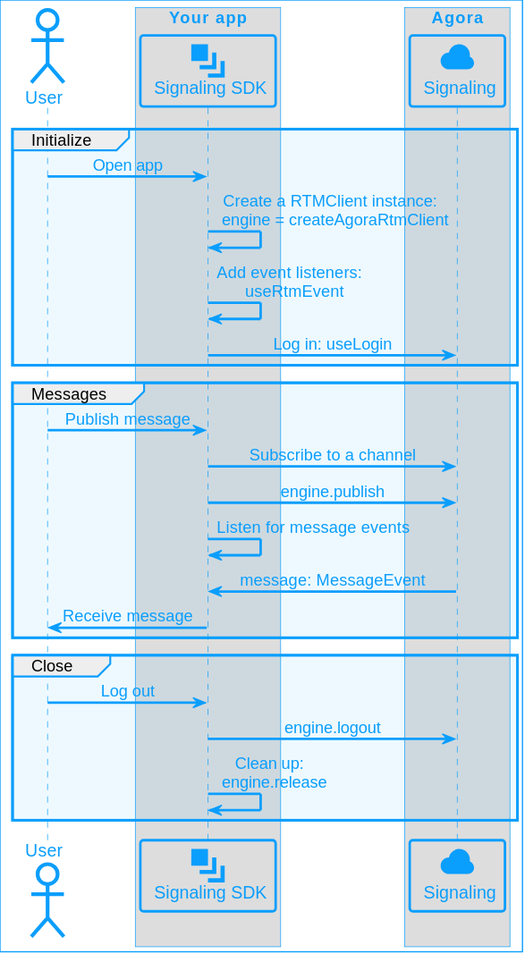
Earlier version of the PlantUML export assets/images/signaling/get-started-workflow-react-native.svg (AgoraIO/Docs-Source).
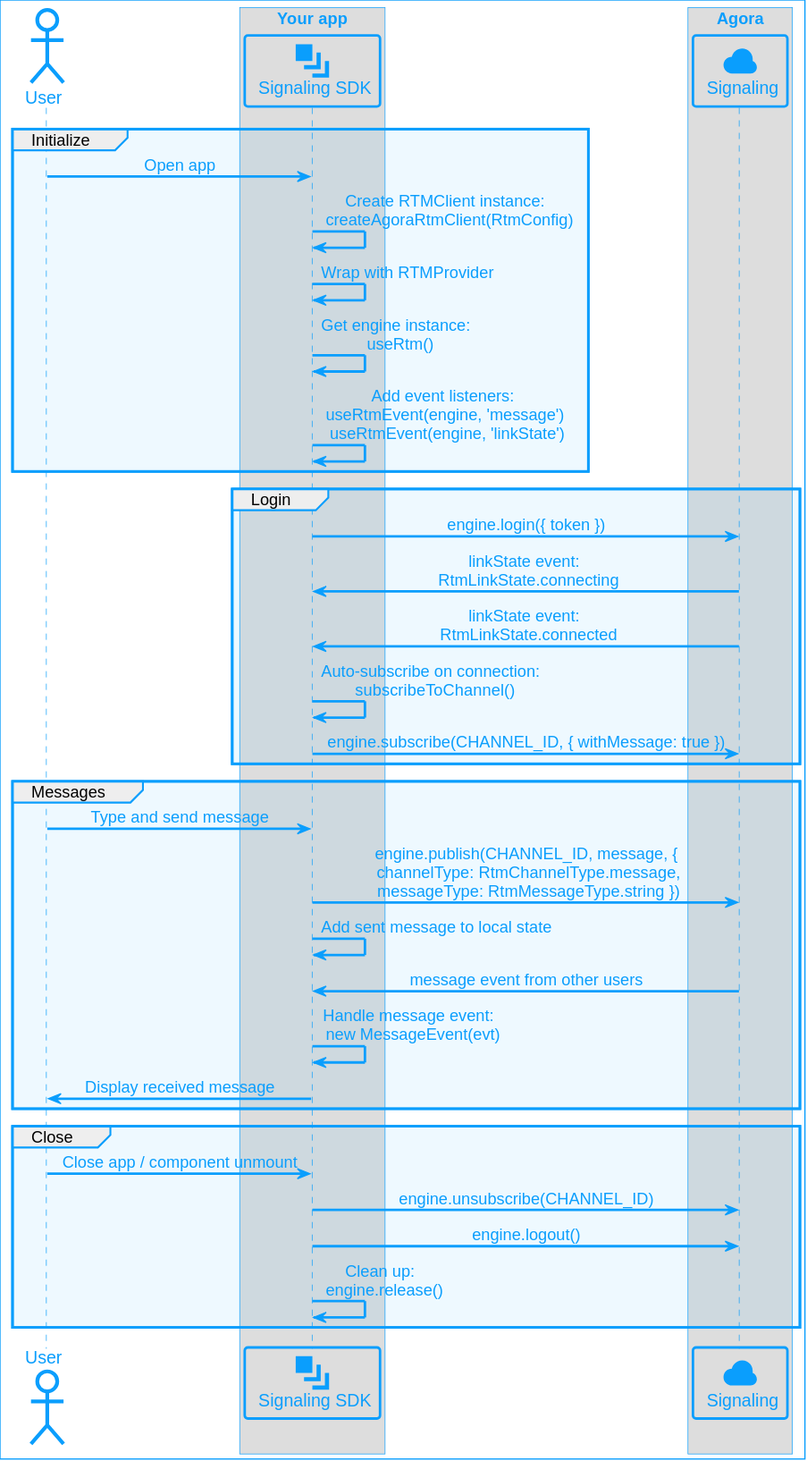
Above is the later version.

Commit message:
Update react-native workflow diagram for rtm

Change to the diagram source:
```diff
@@ -13,23 +13,33 @@
 
 group Initialize
 USR -> APP: Open app
-APP -> APP: Create a RTMClient instance: \n engine = createAgoraRtmClient
-APP -> APP: Add event listeners: \n useRtmEvent
-APP -> API: Log in: useLogin
+APP -> APP: Create RTMClient instance: \n createAgoraRtmClient(RtmConfig)
+APP -> APP: Wrap with RTMProvider
+APP -> APP: Get engine instance: \n useRtm()
+APP -> APP: Add event listeners: \n useRtmEvent(engine, 'message') \n useRtmEvent(engine, 'linkState')
+end
+
+group Login
+APP -> API: engine.login({ token })
+API -> APP: linkState event: \n RtmLinkState.connecting
+API -> APP: linkState event: \n RtmLinkState.connected
+APP -> APP: Auto-subscribe on connection: \n subscribeToChannel()
+APP -> API: engine.subscribe(CHANNEL_ID, { withMessage: true })
 end
 
 group Messages
-USR -> APP: Publish message
-APP -> API: Subscribe to a channel
-APP -> API: engine.publish
-APP -> APP: Listen for message events
-API -> APP: message: MessageEvent
-APP -> USR: Receive message
+USR -> APP: Type and send message
+APP -> API: engine.publish(CHANNEL_ID, message, {\n channelType: RtmChannelType.message,\n messageType: RtmMessageType.string })
+APP -> APP: Add sent message to local state
+API -> APP: message event from other users
+APP -> APP: Handle message event: \n new MessageEvent(evt)
+APP -> USR: Display received message
 end
 
 group Close
-USR -> APP: Log out
-APP -> API: engine.logout
-APP -> APP: Clean up: \n engine.release
+USR -> APP: Close app / component unmount
+APP -> API: engine.unsubscribe(CHANNEL_ID)
+APP -> API: engine.logout()
+APP -> APP: Clean up: \n engine.release()
 end
 @enduml
```
